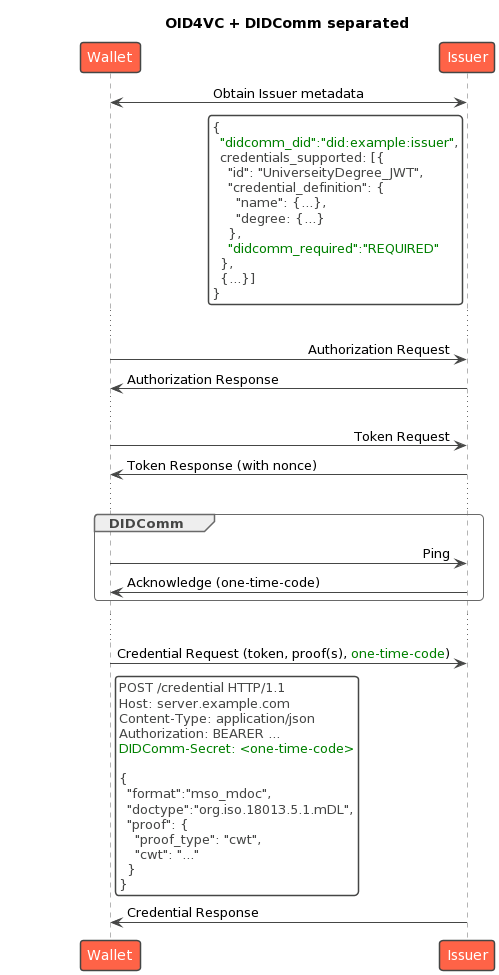
The PlantUML diagram Diagramme/OID4VCI/DIDComm_Separated/didcomm_separated.png in IDunion/OpenIDIDComm, before a commit.
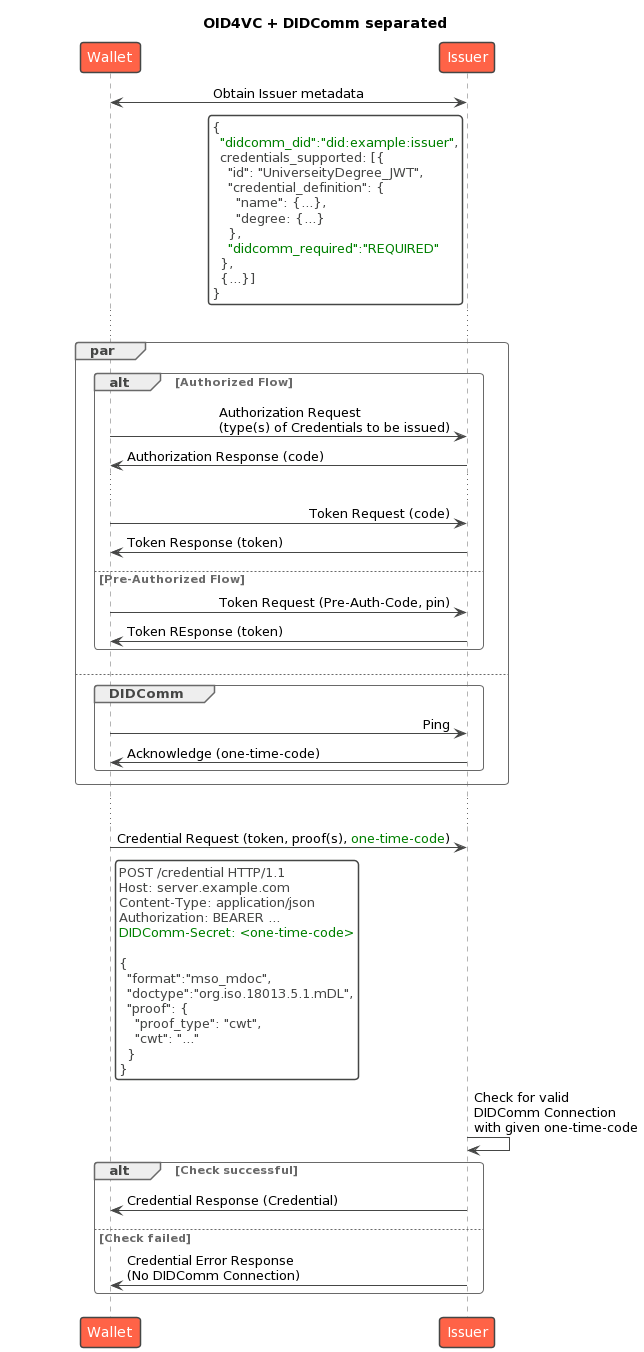
Above is the later version.

Commit message:
Program flow for DID-Proof-Deferred and refactoring of according diagrams

Change to the diagram source:
```diff
@@ -25,19 +25,22 @@
 
 ...
 
-Wallet -> CI: Authorization Request
-Wallet <- CI: Authorization Response
-
-...
-
-Wallet -> CI: Token Request
-Wallet <- CI: Token Response (with nonce)
-
-...
-
-group DIDComm
-  Wallet -> CI: Ping
-  Wallet <- CI: Acknowledge (one-time-code)
+par
+  alt Authorized Flow
+    Wallet -> CI: Authorization Request \n(type(s) of Credentials to be issued)
+    Wallet <- CI: Authorization Response (code)
+    ...
+    Wallet -> CI: Token Request (code)
+    Wallet <- CI: Token Response (token)
+  else Pre-Authorized Flow
+    Wallet -> CI: Token Request (Pre-Auth-Code, pin)
+    Wallet <- CI: Token REsponse (token)
+  end
+else
+  group DIDComm
+    Wallet -> CI: Ping
+    Wallet <- CI: Acknowledge (one-time-code)
+  end
 end
 
 ...
@@ -59,5 +62,10 @@
   }
 }
 end rnote
-Wallet <- CI: Credential Response
+CI -> CI: Check for valid \nDIDComm Connection \nwith given one-time-code
+alt Check successful
+  Wallet <- CI: Credential Response (Credential)
+else Check failed
+  Wallet <- CI: Credential Error Response \n(No DIDComm Connection)
+end
 @enduml
```
